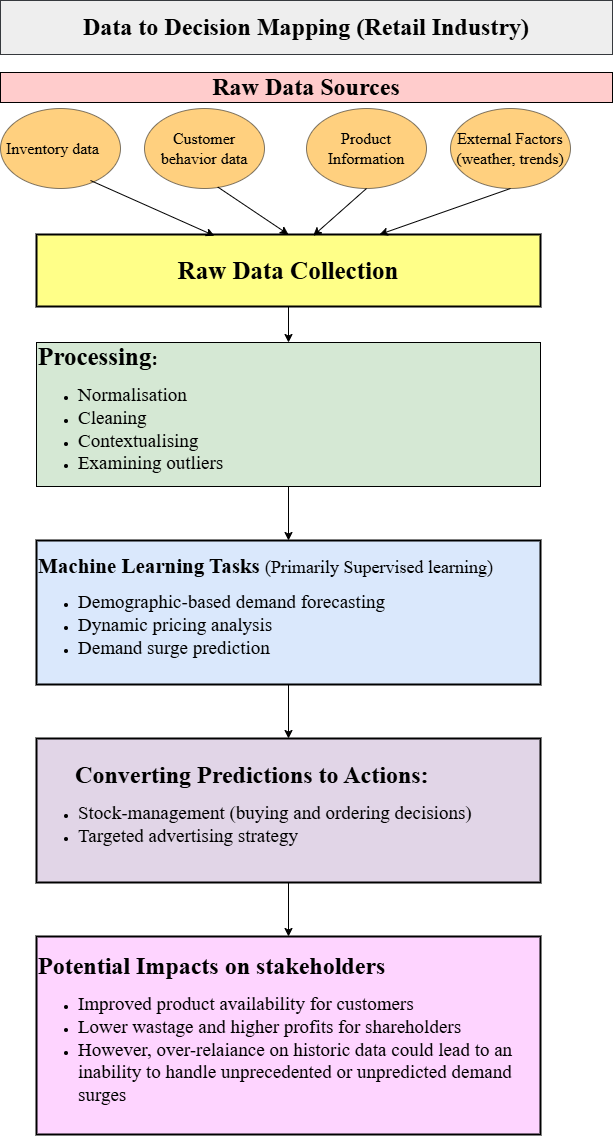
The draw.io diagram DRAFT-AAI_Unit_6_Consol_Act3_.drawio.png in Uchii1/Study-Python, before a commit. Source tidied: cells renumbered, new cells last; positions are measured from the earlier drawing's top-left corner, leaving out a move shared by most shapes.
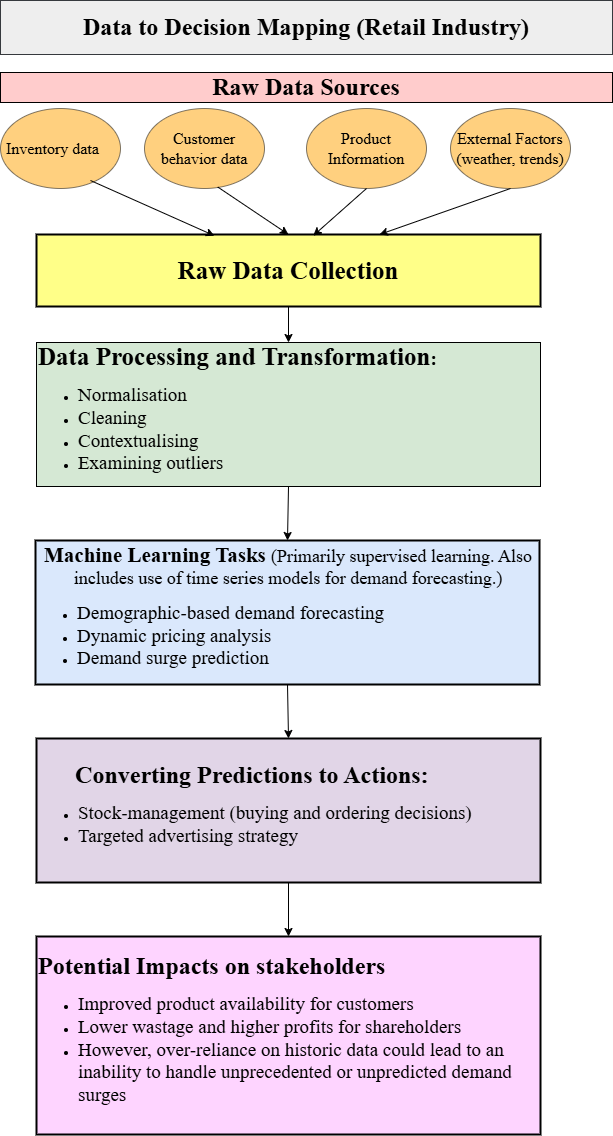
The same diagram one commit later.

Diff of the diagram source:
```diff
@@ -14,14 +14,14 @@
     <mxCell id="5" value="&lt;span style=&quot;font-family: &amp;quot;Times New Roman&amp;quot;; text-align: left;&quot;&gt;&lt;font style=&quot;font-size: 16px;&quot;&gt;Product Information&lt;/font&gt;&lt;/span&gt;" style="ellipse;whiteSpace=wrap;html=1;fillColor=light-dark(#ffa200, #EDEDED);opacity=50;" parent="1" vertex="1">
       <mxGeometry x="306" y="108" width="120" height="80" as="geometry" />
     </mxCell>
-    <mxCell id="6" value="&lt;div style=&quot;&quot;&gt;&lt;b style=&quot;background-color: transparent; color: light-dark(rgb(0, 0, 0), rgb(255, 255, 255));&quot;&gt;&lt;font face=&quot;Times New Roman&quot;&gt;&lt;font style=&quot;font-size: 25px;&quot;&gt;Processing&lt;/font&gt;&lt;span style=&quot;font-size: 19px;&quot;&gt;:&amp;nbsp;&lt;/span&gt;&lt;/font&gt;&lt;/b&gt;&lt;/div&gt;&lt;div&gt;&lt;ul&gt;&lt;li&gt;&lt;font style=&quot;font-size: 19px;&quot; face=&quot;Times New Roman&quot;&gt;Normalisation&lt;/font&gt;&lt;/li&gt;&lt;li&gt;&lt;font style=&quot;font-size: 19px;&quot; face=&quot;Times New Roman&quot;&gt;Cleaning&lt;/font&gt;&lt;/li&gt;&lt;li&gt;&lt;font style=&quot;font-size: 19px;&quot; face=&quot;Times New Roman&quot;&gt;Contextualising&lt;/font&gt;&lt;/li&gt;&lt;li&gt;&lt;font style=&quot;font-size: 19px;&quot; face=&quot;Times New Roman&quot;&gt;Examining outliers&lt;/font&gt;&lt;/li&gt;&lt;/ul&gt;&lt;/div&gt;" style="rounded=0;whiteSpace=wrap;html=1;align=left;fillColor=#d5e8d4;strokeColor=#000000;" parent="1" vertex="1">
+    <mxCell id="6" value="&lt;div style=&quot;&quot;&gt;&lt;b style=&quot;background-color: transparent; color: light-dark(rgb(0, 0, 0), rgb(255, 255, 255));&quot;&gt;&lt;font face=&quot;Times New Roman&quot;&gt;&lt;font style=&quot;font-size: 25px;&quot;&gt;Data Processing and Transformation&lt;/font&gt;&lt;span style=&quot;font-size: 19px;&quot;&gt;:&amp;nbsp;&lt;/span&gt;&lt;/font&gt;&lt;/b&gt;&lt;/div&gt;&lt;div&gt;&lt;ul&gt;&lt;li&gt;&lt;font style=&quot;font-size: 19px;&quot; face=&quot;Times New Roman&quot;&gt;Normalisation&lt;/font&gt;&lt;/li&gt;&lt;li&gt;&lt;font style=&quot;font-size: 19px;&quot; face=&quot;Times New Roman&quot;&gt;Cleaning&lt;/font&gt;&lt;/li&gt;&lt;li&gt;&lt;font style=&quot;font-size: 19px;&quot; face=&quot;Times New Roman&quot;&gt;Contextualising&lt;/font&gt;&lt;/li&gt;&lt;li&gt;&lt;font style=&quot;font-size: 19px;&quot; face=&quot;Times New Roman&quot;&gt;Examining outliers&lt;/font&gt;&lt;/li&gt;&lt;/ul&gt;&lt;/div&gt;" style="rounded=0;whiteSpace=wrap;html=1;align=left;fillColor=#d5e8d4;strokeColor=#000000;" parent="1" vertex="1">
       <mxGeometry x="36" y="342" width="504" height="144" as="geometry" />
     </mxCell>
     <mxCell id="7" value="&lt;div style=&quot;&quot;&gt;&lt;div style=&quot;text-align: center;&quot;&gt;&lt;span style=&quot;background-color: transparent; color: light-dark(rgb(0, 0, 0), rgb(255, 255, 255));&quot;&gt;&lt;font style=&quot;font-weight: bold; font-size: 24px;&quot; face=&quot;Times New Roman&quot;&gt;Converting Predictions to Actions:&amp;nbsp;&lt;/font&gt;&lt;/span&gt;&lt;/div&gt;&lt;div style=&quot;&quot;&gt;&lt;ul&gt;&lt;li&gt;&lt;span style=&quot;font-size: 19px; background-color: transparent; color: light-dark(rgb(0, 0, 0), rgb(255, 255, 255));&quot;&gt;&lt;font face=&quot;Times New Roman&quot;&gt;Stock-management (buying and ordering decisions)&lt;/font&gt;&lt;/span&gt;&lt;/li&gt;&lt;li&gt;&lt;span style=&quot;font-size: 19px;&quot;&gt;&lt;font face=&quot;Times New Roman&quot;&gt;Targeted advertising strategy&lt;/font&gt;&lt;/span&gt;&lt;/li&gt;&lt;/ul&gt;&lt;/div&gt;&lt;/div&gt;" style="rounded=0;whiteSpace=wrap;html=1;align=left;fillColor=#e1d5e7;strokeColor=light-dark(#000000, #9577a3);perimeterSpacing=0;strokeWidth=2;" parent="1" vertex="1">
       <mxGeometry x="36" y="738" width="504" height="144" as="geometry" />
     </mxCell>
-    <mxCell id="8" value="&lt;div style=&quot;text-align: center;&quot;&gt;&lt;font face=&quot;Times New Roman&quot;&gt;&lt;span style=&quot;background-color: transparent; color: light-dark(rgb(0, 0, 0), rgb(255, 255, 255));&quot;&gt;&lt;font style=&quot;font-weight: bold; font-size: 21px;&quot;&gt;Machine Learning Tasks&lt;/font&gt;&lt;font style=&quot;font-weight: bold; font-size: 21px;&quot;&gt;&amp;nbsp;&lt;/font&gt;&lt;font style=&quot;font-size: 18px;&quot;&gt;(Primarily&amp;nbsp;&lt;/font&gt;&lt;/span&gt;&lt;span style=&quot;background-color: transparent; color: light-dark(rgb(0, 0, 0), rgb(255, 255, 255)); text-align: left;&quot;&gt;&lt;font style=&quot;font-size: 18px;&quot;&gt;Supervised learnin&lt;/font&gt;&lt;font style=&quot;font-size: 18px;&quot;&gt;g)&lt;/font&gt;&lt;/span&gt;&lt;/font&gt;&lt;/div&gt;&lt;div&gt;&lt;ul&gt;&lt;li&gt;&lt;font style=&quot;font-size: 19px;&quot; face=&quot;Times New Roman&quot;&gt;Demographic-based demand forecasting&lt;/font&gt;&lt;/li&gt;&lt;li&gt;&lt;font style=&quot;font-size: 19px;&quot; face=&quot;Times New Roman&quot;&gt;Dynamic pricing analysis&lt;/font&gt;&lt;/li&gt;&lt;li&gt;&lt;font style=&quot;font-size: 19px;&quot; face=&quot;Times New Roman&quot;&gt;Demand surge prediction&lt;/font&gt;&lt;/li&gt;&lt;/ul&gt;&lt;/div&gt;" style="rounded=0;whiteSpace=wrap;html=1;align=left;fillColor=#dae8fc;strokeColor=#000000;strokeWidth=2;" parent="1" vertex="1">
-      <mxGeometry x="36" y="540" width="504" height="144" as="geometry" />
+    <mxCell id="8" value="&lt;div style=&quot;text-align: center;&quot;&gt;&lt;font face=&quot;Times New Roman&quot;&gt;&lt;span style=&quot;background-color: transparent; color: light-dark(rgb(0, 0, 0), rgb(255, 255, 255));&quot;&gt;&lt;font style=&quot;font-weight: bold; font-size: 21px;&quot;&gt;Machine Learning Tasks&lt;/font&gt;&lt;font style=&quot;font-weight: bold; font-size: 21px;&quot;&gt;&amp;nbsp;&lt;/font&gt;&lt;font style=&quot;font-size: 18px;&quot;&gt;(Primarily s&lt;/font&gt;&lt;/span&gt;&lt;span style=&quot;background-color: transparent; color: light-dark(rgb(0, 0, 0), rgb(255, 255, 255)); text-align: left;&quot;&gt;&lt;font style=&quot;font-size: 18px;&quot;&gt;upervised learnin&lt;/font&gt;&lt;font style=&quot;font-size: 18px;&quot;&gt;g. Also includes use of time series models for demand forecasting.)&lt;/font&gt;&lt;/span&gt;&lt;/font&gt;&lt;/div&gt;&lt;div&gt;&lt;ul&gt;&lt;li&gt;&lt;font style=&quot;font-size: 19px;&quot; face=&quot;Times New Roman&quot;&gt;Demographic-based demand forecasting&lt;/font&gt;&lt;/li&gt;&lt;li&gt;&lt;font style=&quot;font-size: 19px;&quot; face=&quot;Times New Roman&quot;&gt;Dynamic pricing analysis&lt;/font&gt;&lt;/li&gt;&lt;li&gt;&lt;font style=&quot;font-size: 19px;&quot; face=&quot;Times New Roman&quot;&gt;Demand surge prediction&lt;/font&gt;&lt;/li&gt;&lt;/ul&gt;&lt;/div&gt;" style="rounded=0;whiteSpace=wrap;html=1;align=left;fillColor=#dae8fc;strokeColor=#000000;strokeWidth=2;" parent="1" vertex="1">
+      <mxGeometry x="35" y="540" width="504" height="144" as="geometry" />
     </mxCell>
     <mxCell id="9" style="endArrow=classic;html=1;rounded=0;curved=0;entryX=0.353;entryY=0.017;entryDx=0;entryDy=0;exitX=0.75;exitY=0.9;exitDx=0;exitDy=0;exitPerimeter=0;entryPerimeter=0;" parent="1" edge="1" source="3" target="2">
       <mxGeometry relative="1" as="geometry" />
@@ -49,7 +49,7 @@
         <mxPoint x="379" y="234" as="targetPoint" />
       </mxGeometry>
     </mxCell>
-    <mxCell id="17" value="&lt;div style=&quot;&quot;&gt;&lt;b style=&quot;font-family: &amp;quot;Times New Roman&amp;quot;; background-color: transparent; color: light-dark(rgb(0, 0, 0), rgb(255, 255, 255));&quot;&gt;&lt;font style=&quot;font-size: 24px;&quot;&gt;Potential Impacts on stakeholders&lt;/font&gt;&lt;/b&gt;&lt;/div&gt;&lt;div&gt;&lt;ul&gt;&lt;li&gt;&lt;font face=&quot;Times New Roman&quot; style=&quot;font-size: 19px;&quot;&gt;Improved product availability for customers&lt;/font&gt;&lt;/li&gt;&lt;li&gt;&lt;font face=&quot;Times New Roman&quot; style=&quot;font-size: 19px;&quot;&gt;Lower wastage and higher profits for shareholders&lt;/font&gt;&lt;/li&gt;&lt;li&gt;&lt;font face=&quot;Times New Roman&quot;&gt;&lt;span style=&quot;font-size: 19px;&quot;&gt;However, over-relaiance on historic data could lead to an inability to handle unprecedented or unpredicted demand surges&lt;/span&gt;&lt;/font&gt;&lt;/li&gt;&lt;/ul&gt;&lt;/div&gt;" style="rounded=0;whiteSpace=wrap;html=1;align=left;fillColor=#FED4FF;strokeWidth=2;strokeColor=light-dark(#000000,#EC8F82);" parent="1" vertex="1">
+    <mxCell id="17" value="&lt;div style=&quot;&quot;&gt;&lt;b style=&quot;font-family: &amp;quot;Times New Roman&amp;quot;; background-color: transparent; color: light-dark(rgb(0, 0, 0), rgb(255, 255, 255));&quot;&gt;&lt;font style=&quot;font-size: 24px;&quot;&gt;Potential Impacts on stakeholders&lt;/font&gt;&lt;/b&gt;&lt;/div&gt;&lt;div&gt;&lt;ul&gt;&lt;li&gt;&lt;font face=&quot;Times New Roman&quot; style=&quot;font-size: 19px;&quot;&gt;Improved product availability for customers&lt;/font&gt;&lt;/li&gt;&lt;li&gt;&lt;font face=&quot;Times New Roman&quot; style=&quot;font-size: 19px;&quot;&gt;Lower wastage and higher profits for shareholders&lt;/font&gt;&lt;/li&gt;&lt;li&gt;&lt;font face=&quot;Times New Roman&quot;&gt;&lt;span style=&quot;font-size: 19px;&quot;&gt;However, over-reliance on historic data could lead to an inability to handle unprecedented or unpredicted demand surges&lt;/span&gt;&lt;/font&gt;&lt;/li&gt;&lt;/ul&gt;&lt;/div&gt;" style="rounded=0;whiteSpace=wrap;html=1;align=left;fillColor=#FED4FF;strokeWidth=2;strokeColor=light-dark(#000000,#EC8F82);" parent="1" vertex="1">
       <mxGeometry x="36" y="936" width="504" height="198" as="geometry" />
     </mxCell>
     <mxCell id="18" value="&lt;span style=&quot;font-size: 24px; font-weight: 700;&quot;&gt;&lt;font face=&quot;Times New Roman&quot;&gt;Data to Decision Mapping (Retail Industry)&lt;/font&gt;&lt;/span&gt;" style="rounded=0;whiteSpace=wrap;html=1;fillColor=#eeeeee;strokeColor=#36393d;" parent="1" vertex="1">
```
